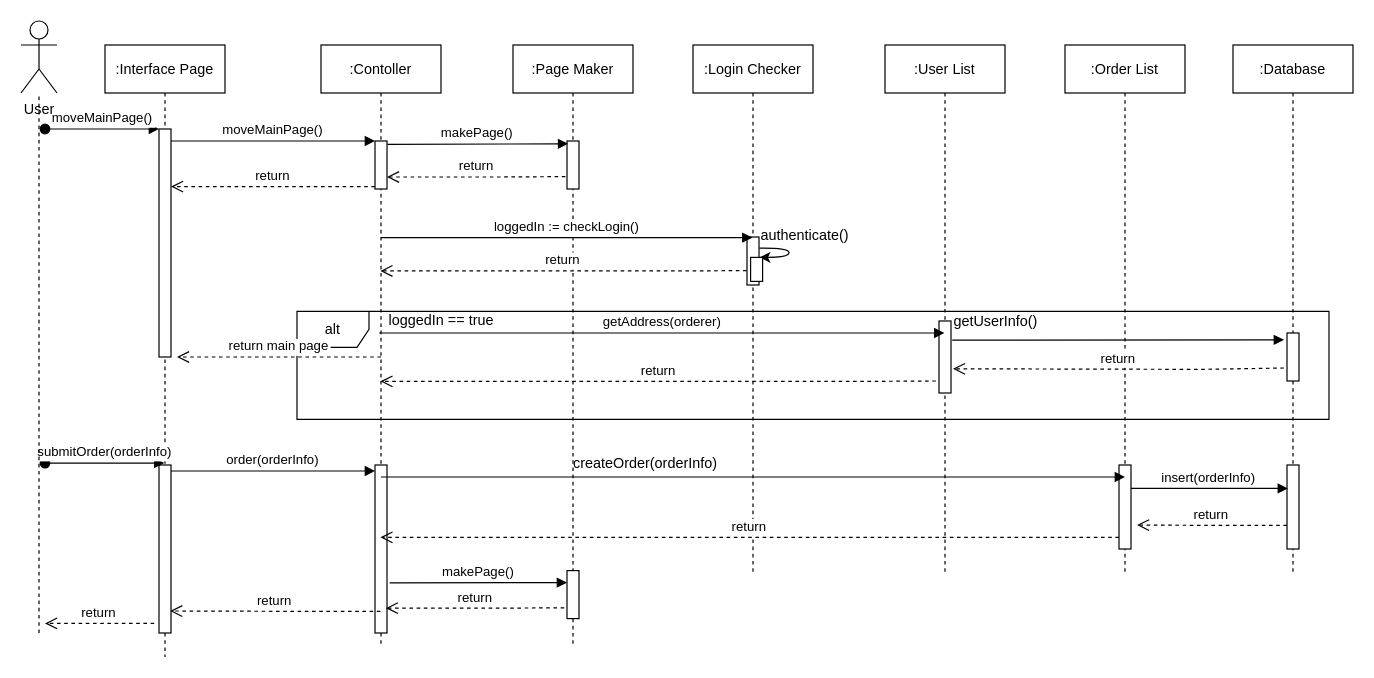
cau-sw-engineering-2021/online-pizza-ordering-system keeps this draw.io diagram as docs/SubgroupA_pizzaorder/A-sequence-diagram/A-UC-5-sequece-diagram.drawio. Above is the earlier version. Source tidied: cells renumbered, new cells numbered last; positions are measured from the earlier drawing's top-left corner, leaving out a move shared by most shapes. Both pictures are drawn from the tidied source at 120%, with x=0, y=0 at pixel (20, 20).
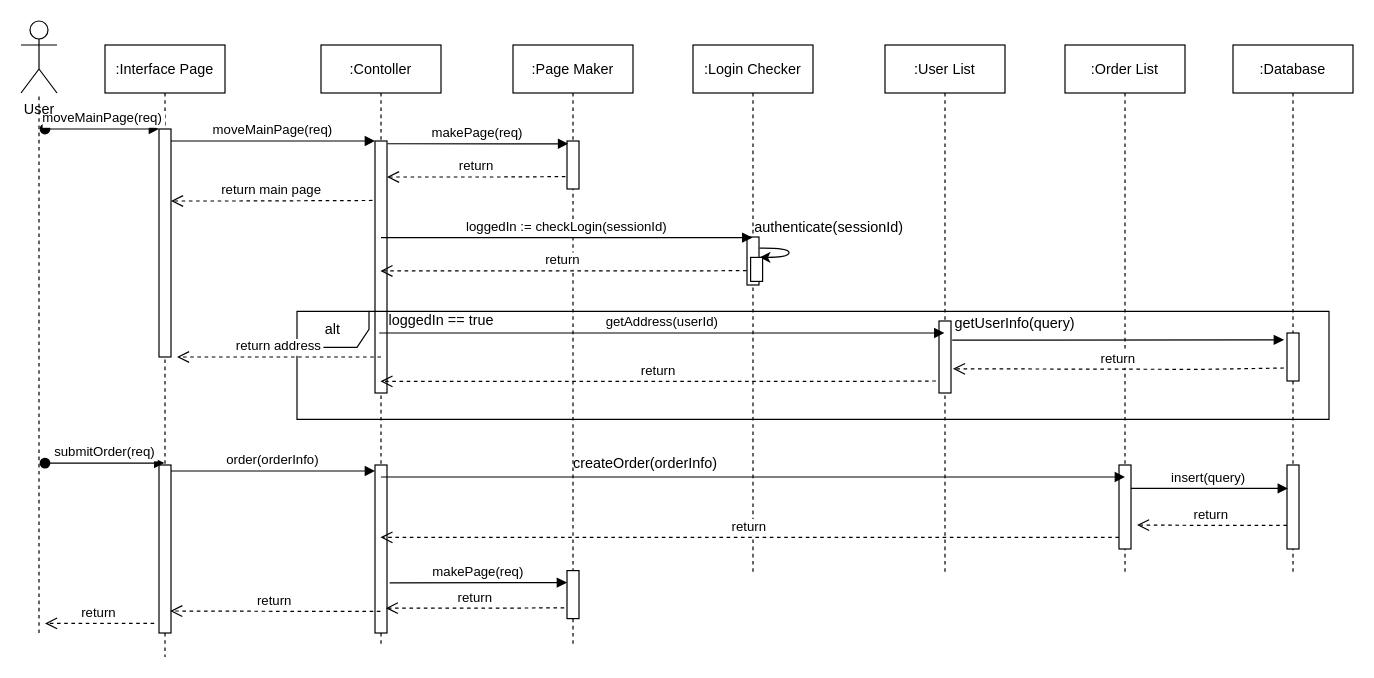
After the change.

Commit message (it also covers changes not shown here):
Update groupA diagram

update sequence A-UC-5, class A-UC1, A-UC5

The change refers to these unchanged cells:
```xml
<mxCell id="2" value=":Interface Page" style="shape=umlLifeline;perimeter=lifelinePerimeter;rounded=0;shadow=0;strokeWidth=1;" parent="1" vertex="1">
  <mxGeometry x="70" y="20" width="100" height="510" as="geometry" />
</mxCell>
<mxCell id="3" style="points=[];perimeter=orthogonalPerimeter;rounded=0;shadow=0;strokeWidth=1;" parent="2" vertex="1">
  <mxGeometry x="45" y="70" width="10" height="190" as="geometry" />
</mxCell>
<mxCell id="6" value=":Contoller" style="shape=umlLifeline;perimeter=lifelinePerimeter;rounded=0;shadow=0;strokeWidth=1;" parent="1" vertex="1">
  <mxGeometry x="250" y="20" width="100" height="500" as="geometry" />
</mxCell>
<mxCell id="12" style="points=[];perimeter=orthogonalPerimeter;rounded=0;shadow=0;strokeWidth=1;" parent="11" vertex="1">
  <mxGeometry x="45" y="80" width="10" height="40" as="geometry" />
</mxCell>
<mxCell id="16" value=":Login Checker" style="shape=umlLifeline;perimeter=lifelinePerimeter;rounded=0;shadow=0;strokeWidth=1;" parent="1" vertex="1">
  <mxGeometry x="560" y="20" width="100" height="440" as="geometry" />
</mxCell>
<mxCell id="21" value=":User List" style="shape=umlLifeline;perimeter=lifelinePerimeter;rounded=0;shadow=0;strokeWidth=1;" parent="1" vertex="1">
  <mxGeometry x="720" y="20" width="100" height="440" as="geometry" />
</mxCell>
<mxCell id="32" style="points=[];perimeter=orthogonalPerimeter;rounded=0;shadow=0;strokeWidth=1;" parent="31" vertex="1">
  <mxGeometry x="45" y="350" width="10" height="70" as="geometry" />
</mxCell>
<mxCell id="42" style="points=[];perimeter=orthogonalPerimeter;rounded=0;shadow=0;strokeWidth=1;" parent="41" vertex="1">
  <mxGeometry x="45" y="350" width="10" height="70" as="geometry" />
</mxCell>
```

What changed in the source:
```diff
@@
-    <mxCell id="4" value="moveMainPage()" style="verticalAlign=bottom;startArrow=oval;endArrow=block;startSize=8;shadow=0;strokeWidth=1;" parent="2" edge="1" target="3">
+    <mxCell id="4" value="moveMainPage(req)" style="verticalAlign=bottom;startArrow=oval;endArrow=block;startSize=8;shadow=0;strokeWidth=1;" parent="2" edge="1" target="3">
       <mxGeometry relative="1" as="geometry">
         <mxPoint x="-50" y="70" as="sourcePoint" />
       </mxGeometry>
     </mxCell>
@@
     <mxCell id="7" style="points=[];perimeter=orthogonalPerimeter;rounded=0;shadow=0;strokeWidth=1;" parent="6" vertex="1">
-      <mxGeometry x="45" y="80" width="10" height="40" as="geometry" />
+      <mxGeometry x="45" y="80" width="10" height="210" as="geometry" />
     </mxCell>
@@
-    <mxCell id="9" value="return" style="verticalAlign=bottom;endArrow=open;dashed=1;endSize=8;exitX=0;exitY=0.95;shadow=0;strokeWidth=1;" parent="1" edge="1" source="7" target="3">
-      <mxGeometry relative="1" as="geometry" />
+    <mxCell id="9" value="return main page" style="verticalAlign=bottom;endArrow=open;dashed=1;endSize=8;exitX=-0.21;exitY=0.236;shadow=0;strokeWidth=1;exitDx=0;exitDy=0;exitPerimeter=0;" parent="1" edge="1" source="7" target="3">
+      <mxGeometry relative="1" as="geometry">
+        <Array as="points">
+          <mxPoint x="180" y="150" />
+        </Array>
+      </mxGeometry>
     </mxCell>
-    <mxCell id="10" value="moveMainPage()" style="verticalAlign=bottom;endArrow=block;entryX=0;entryY=0;shadow=0;strokeWidth=1;" parent="1" edge="1" source="3" target="7">
+    <mxCell id="10" value="moveMainPage(req)" style="verticalAlign=bottom;endArrow=block;entryX=0;entryY=0;shadow=0;strokeWidth=1;" parent="1" edge="1" source="3" target="7">
       <mxGeometry relative="1" as="geometry" />
     </mxCell>
@@
-    <mxCell id="14" value="makePage()" style="verticalAlign=bottom;endArrow=block;entryX=0.1;entryY=0.058;shadow=0;strokeWidth=1;exitX=1.029;exitY=0.071;exitDx=0;exitDy=0;exitPerimeter=0;entryDx=0;entryDy=0;entryPerimeter=0;" parent="1" edge="1" source="7" target="12">
+    <mxCell id="14" value="makePage(req)" style="verticalAlign=bottom;endArrow=block;entryX=0.1;entryY=0.058;shadow=0;strokeWidth=1;entryDx=0;entryDy=0;entryPerimeter=0;exitX=1.044;exitY=0.011;exitDx=0;exitDy=0;exitPerimeter=0;" parent="1" edge="1" source="7" target="12">
       <mxGeometry relative="1" as="geometry" />
     </mxCell>
@@
-    <mxCell id="18" value="loggedIn := checkLogin()" style="verticalAlign=bottom;endArrow=block;shadow=0;strokeWidth=1;exitX=1.029;exitY=0.071;exitDx=0;exitDy=0;exitPerimeter=0;" parent="1" edge="1" target="16">
+    <mxCell id="18" value="loggedIn := checkLogin(sessionId)" style="verticalAlign=bottom;endArrow=block;shadow=0;strokeWidth=1;exitX=1.029;exitY=0.071;exitDx=0;exitDy=0;exitPerimeter=0;" parent="1" edge="1" target="16">
       <mxGeometry relative="1" as="geometry">
         <mxPoint x="300" y="180.5" as="sourcePoint" />
       </mxGeometry>
     </mxCell>
-    <mxCell id="19" value="authenticate()" style="text;html=1;align=center;verticalAlign=middle;strokeColor=none;" parent="1" vertex="1">
-      <mxGeometry x="608" y="169" width="90" height="20" as="geometry" />
+    <mxCell id="19" value="authenticate(sessionId)" style="text;html=1;align=center;verticalAlign=middle;strokeColor=none;" parent="1" vertex="1">
+      <mxGeometry x="603" y="162" width="140" height="20" as="geometry" />
     </mxCell>
@@
-    <mxCell id="24" value="getAddress(orderer)" style="verticalAlign=bottom;endArrow=block;shadow=0;strokeWidth=1;exitX=1.029;exitY=0.071;exitDx=0;exitDy=0;exitPerimeter=0;" parent="1" edge="1" target="21">
+    <mxCell id="24" value="getAddress(userId)" style="verticalAlign=bottom;endArrow=block;shadow=0;strokeWidth=1;exitX=1.029;exitY=0.071;exitDx=0;exitDy=0;exitPerimeter=0;" parent="1" edge="1" target="21">
       <mxGeometry relative="1" as="geometry">
         <mxPoint x="298.5" y="260" as="sourcePoint" />
       </mxGeometry>
     </mxCell>
@@
-    <mxCell id="27" value="getUserInfo()" style="text;html=1;align=center;verticalAlign=middle;strokeColor=none;" parent="1" vertex="1">
-      <mxGeometry x="767" y="241" width="90" height="20" as="geometry" />
+    <mxCell id="27" value="getUserInfo(query)" style="text;html=1;align=center;verticalAlign=middle;strokeColor=none;" parent="1" vertex="1">
+      <mxGeometry x="768" y="242" width="120" height="20" as="geometry" />
     </mxCell>
@@
-    <mxCell id="29" value="return main page" style="verticalAlign=bottom;endArrow=open;dashed=1;endSize=8;exitX=0;exitY=0.95;shadow=0;strokeWidth=1;" parent="1" edge="1">
+    <mxCell id="29" value="return address" style="verticalAlign=bottom;endArrow=open;dashed=1;endSize=8;exitX=0;exitY=0.95;shadow=0;strokeWidth=1;" parent="1" edge="1">
       <mxGeometry relative="1" as="geometry">
         <mxPoint x="300" y="280" as="sourcePoint" />
         <mxPoint x="130" y="280" as="targetPoint" />
       </mxGeometry>
     </mxCell>
-    <mxCell id="30" value="submitOrder(orderInfo)" style="verticalAlign=bottom;startArrow=oval;endArrow=block;startSize=8;shadow=0;strokeWidth=1;" parent="1" edge="1" target="2">
+    <mxCell id="30" value="submitOrder(req)" style="verticalAlign=bottom;startArrow=oval;endArrow=block;startSize=8;shadow=0;strokeWidth=1;" parent="1" edge="1" target="2">
       <mxGeometry relative="1" as="geometry">
         <mxPoint x="20" y="368.4" as="sourcePoint" />
       </mxGeometry>
     </mxCell>
@@
-    <mxCell id="35" value="makePage()" style="verticalAlign=bottom;endArrow=block;entryX=-0.019;entryY=0.095;shadow=0;strokeWidth=1;entryDx=0;entryDy=0;entryPerimeter=0;" parent="1" edge="1">
+    <mxCell id="35" value="makePage(req)" style="verticalAlign=bottom;endArrow=block;entryX=-0.019;entryY=0.095;shadow=0;strokeWidth=1;entryDx=0;entryDy=0;entryPerimeter=0;" parent="1" edge="1">
       <mxGeometry relative="1" as="geometry">
         <mxPoint x="307.2" y="468.2" as="sourcePoint" />
         <mxPoint x="455" y="468" as="targetPoint" />
       </mxGeometry>
     </mxCell>
@@
-    <mxCell id="44" value="insert(orderInfo)" style="verticalAlign=bottom;endArrow=block;shadow=0;strokeWidth=1;exitX=0.981;exitY=0.279;exitDx=0;exitDy=0;exitPerimeter=0;entryX=0.076;entryY=0.279;entryDx=0;entryDy=0;entryPerimeter=0;" parent="1" edge="1" source="32" target="42">
+    <mxCell id="44" value="insert(query)" style="verticalAlign=bottom;endArrow=block;shadow=0;strokeWidth=1;exitX=0.981;exitY=0.279;exitDx=0;exitDy=0;exitPerimeter=0;entryX=0.076;entryY=0.279;entryDx=0;entryDy=0;entryPerimeter=0;" parent="1" edge="1" source="32" target="42">
       <mxGeometry relative="1" as="geometry" />
     </mxCell>
```
